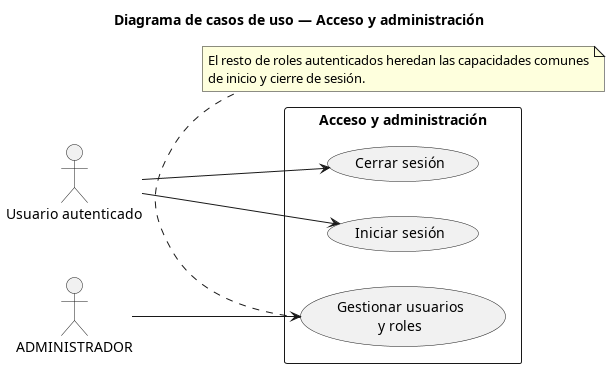
Alex-Fernandez-2003/Fratelli-s-System keeps this PlantUML diagram as docs/images/diagrama-casos-uso-acceso-administracion.png. Above is the earlier version. Source of this version:
```plantuml
@startuml
title Diagrama de casos de uso — Acceso y administración

left to right direction
skinparam packageStyle rectangle
skinparam shadowing false

actor "Usuario autenticado" as Usuario
actor "ADMINISTRADOR" as Admin

rectangle "Acceso y administración" {
  usecase "Iniciar sesión" as UC_Login
  usecase "Cerrar sesión" as UC_Logout
  usecase "Gestionar usuarios\ny roles" as UC_Users
}

Usuario --> UC_Login
Usuario --> UC_Logout
Admin --> UC_Users

note bottom
El resto de roles autenticados heredan las capacidades comunes
de inicio y cierre de sesión.
end note

@enduml
```
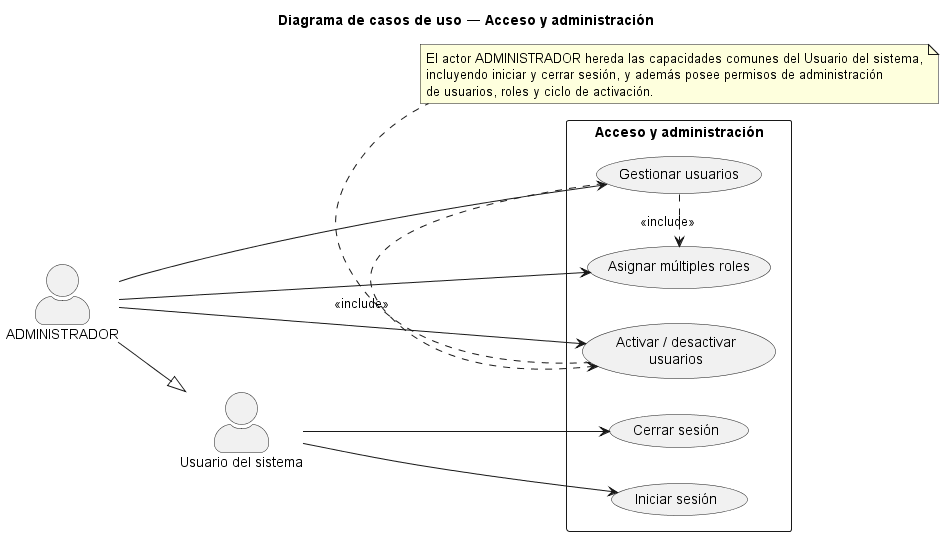
After the change.

What changed in the source:
```diff
@@ -1,26 +1,29 @@
 @startuml
 title Diagrama de casos de uso — Acceso y administración
-
 left to right direction
 skinparam packageStyle rectangle
 skinparam shadowing false
-
-actor "Usuario autenticado" as Usuario
+skinparam actorStyle awesome
+actor "Usuario del sistema" as Usuario
 actor "ADMINISTRADOR" as Admin
-
+Admin --|> Usuario
 rectangle "Acceso y administración" {
   usecase "Iniciar sesión" as UC_Login
   usecase "Cerrar sesión" as UC_Logout
-  usecase "Gestionar usuarios\ny roles" as UC_Users
+  usecase "Gestionar usuarios" as UC_UserMgmt
+  usecase "Asignar múltiples roles" as UC_Roles
+  usecase "Activar / desactivar\nusuarios" as UC_Activation
 }
-
 Usuario --> UC_Login
 Usuario --> UC_Logout
-Admin --> UC_Users
-
+Admin --> UC_UserMgmt
+Admin --> UC_Roles
+Admin --> UC_Activation
+UC_UserMgmt .> UC_Roles : <<include>>
+UC_UserMgmt .> UC_Activation : <<include>>
 note bottom
-El resto de roles autenticados heredan las capacidades comunes
-de inicio y cierre de sesión.
+El actor ADMINISTRADOR hereda las capacidades comunes del Usuario del sistema,
+incluyendo iniciar y cerrar sesión, y además posee permisos de administración
+de usuarios, roles y ciclo de activación.
 end note
-
 @enduml
```
